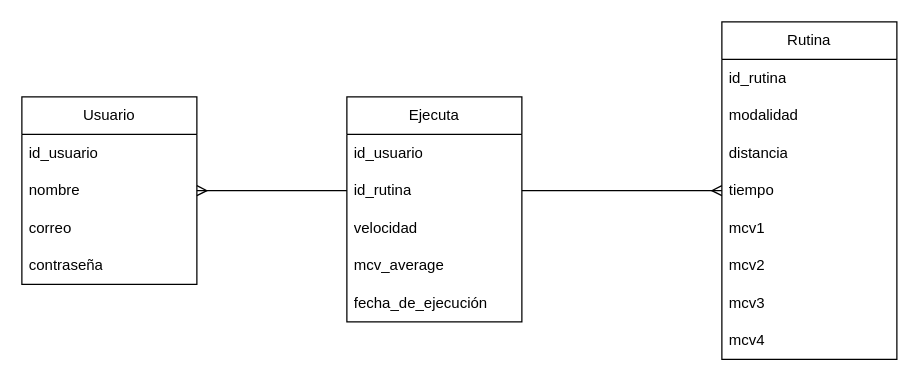
The draw.io diagram document/images/diagram-er.drawio in lcasan/Thesis, before the edit. Source tidied: cells renumbered, new cells numbered last; positions are measured from the earlier drawing's top-left corner, leaving out a move shared by most shapes. Both pictures are drawn from the tidied source at 125%, with x=0, y=0 at pixel (21, 21).
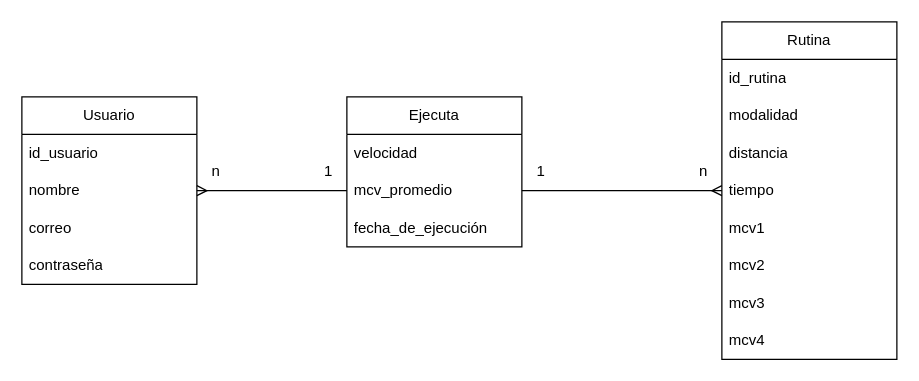
The same diagram, later.

The change refers to these unchanged cells:
```xml
<mxCell id="4" value="nombre" style="text;strokeColor=none;fillColor=none;align=left;verticalAlign=middle;spacingLeft=4;spacingRight=4;overflow=hidden;points=[[0,0.5],[1,0.5]];portConstraint=eastwest;whiteSpace=wrap;html=1;" parent="2" vertex="1">
  <mxGeometry y="60" width="140" height="30" as="geometry" />
</mxCell>
<mxCell id="11" value="tiempo" style="text;strokeColor=none;fillColor=none;align=left;verticalAlign=middle;spacingLeft=4;spacingRight=4;overflow=hidden;points=[[0,0.5],[1,0.5]];portConstraint=eastwest;whiteSpace=wrap;html=1;" parent="7" vertex="1">
  <mxGeometry y="120" width="140" height="30" as="geometry" />
</mxCell>
```

What changed in the source:
```diff
@@
     <mxCell id="16" value="Ejecuta" style="swimlane;fontStyle=0;horizontal=1;startSize=30;whiteSpace=wrap;html=1;" parent="1" vertex="1">
-      <mxGeometry x="260" y="60" width="140" height="180" as="geometry" />
+      <mxGeometry x="260" y="60" width="140" height="120" as="geometry" />
     </mxCell>
-    <mxCell id="17" value="id_usuario" style="text;strokeColor=none;fillColor=none;align=left;verticalAlign=middle;spacingLeft=4;spacingRight=4;overflow=hidden;whiteSpace=wrap;html=1;" parent="16" vertex="1">
-      <mxGeometry y="30" width="140" height="30" as="geometry" />
-    </mxCell>
-    <mxCell id="18" value="id_rutina" style="text;strokeColor=none;fillColor=none;align=left;verticalAlign=middle;spacingLeft=4;spacingRight=4;overflow=hidden;points=[[0,0.5],[1,0.5]];portConstraint=eastwest;whiteSpace=wrap;html=1;" parent="16" vertex="1">
-      <mxGeometry y="60" width="140" height="30" as="geometry" />
-    </mxCell>
     <mxCell id="19" value="velocidad" style="text;strokeColor=none;fillColor=none;align=left;verticalAlign=middle;spacingLeft=4;spacingRight=4;overflow=hidden;whiteSpace=wrap;html=1;" parent="16" vertex="1">
-      <mxGeometry y="90" width="140" height="30" as="geometry" />
+      <mxGeometry y="30" width="140" height="30" as="geometry" />
     </mxCell>
-    <mxCell id="20" value="mcv_average" style="text;strokeColor=none;fillColor=none;align=left;verticalAlign=middle;spacingLeft=4;spacingRight=4;overflow=hidden;points=[[0,0.5],[1,0.5]];portConstraint=eastwest;whiteSpace=wrap;html=1;" parent="16" vertex="1">
-      <mxGeometry y="120" width="140" height="30" as="geometry" />
+    <mxCell id="20" value="mcv_promedio" style="text;strokeColor=none;fillColor=none;align=left;verticalAlign=middle;spacingLeft=4;spacingRight=4;overflow=hidden;points=[[0,0.5],[1,0.5]];portConstraint=eastwest;whiteSpace=wrap;html=1;" parent="16" vertex="1">
+      <mxGeometry y="60" width="140" height="30" as="geometry" />
     </mxCell>
     <mxCell id="21" value="fecha_de_ejecución" style="text;strokeColor=none;fillColor=none;align=left;verticalAlign=middle;spacingLeft=4;spacingRight=4;overflow=hidden;whiteSpace=wrap;html=1;" parent="16" vertex="1">
-      <mxGeometry y="150" width="140" height="30" as="geometry" />
+      <mxGeometry y="90" width="140" height="30" as="geometry" />
     </mxCell>
-    <mxCell id="22" style="edgeStyle=entityRelationEdgeStyle;fontSize=12;html=1;endArrow=ERmany;exitX=1;exitY=0.5;exitDx=0;exitDy=0;entryX=0;entryY=0.5;entryDx=0;entryDy=0;" parent="1" edge="1" source="18" target="11">
-      <mxGeometry relative="1" as="geometry" />
+    <mxCell id="22" style="edgeStyle=entityRelationEdgeStyle;fontSize=12;html=1;endArrow=ERmany;exitX=1;exitY=0.5;exitDx=0;exitDy=0;entryX=0;entryY=0.5;entryDx=0;entryDy=0;" parent="1" edge="1" target="11">
+      <mxGeometry relative="1" as="geometry">
+        <mxPoint x="400" y="135" as="sourcePoint" />
+      </mxGeometry>
     </mxCell>
-    <mxCell id="23" style="edgeStyle=entityRelationEdgeStyle;fontSize=12;html=1;endArrow=ERmany;exitX=0;exitY=0.5;exitDx=0;exitDy=0;entryX=1;entryY=0.5;entryDx=0;entryDy=0;" parent="1" edge="1" source="18" target="4">
+    <mxCell id="23" style="edgeStyle=entityRelationEdgeStyle;fontSize=12;html=1;endArrow=ERmany;entryX=1;entryY=0.5;entryDx=0;entryDy=0;exitX=0;exitY=0.5;exitDx=0;exitDy=0;" parent="1" edge="1" source="20" target="4">
       <mxGeometry relative="1" as="geometry" />
     </mxCell>
+    <mxCell id="24" value="n" style="text;html=1;align=center;verticalAlign=middle;strokeColor=none;fillColor=none;" parent="1" vertex="1">
+      <mxGeometry x="140" y="105" width="30" height="30" as="geometry" />
+    </mxCell>
+    <mxCell id="25" value="1" style="text;html=1;align=center;verticalAlign=middle;strokeColor=none;fillColor=none;" parent="1" vertex="1">
+      <mxGeometry x="230" y="105" width="30" height="30" as="geometry" />
+    </mxCell>
+    <mxCell id="26" value="n" style="text;html=1;align=center;verticalAlign=middle;strokeColor=none;fillColor=none;" parent="1" vertex="1">
+      <mxGeometry x="530" y="105" width="30" height="30" as="geometry" />
+    </mxCell>
+    <mxCell id="27" value="1" style="text;html=1;align=center;verticalAlign=middle;strokeColor=none;fillColor=none;" parent="1" vertex="1">
+      <mxGeometry x="400" y="105" width="30" height="30" as="geometry" />
+    </mxCell>
```
